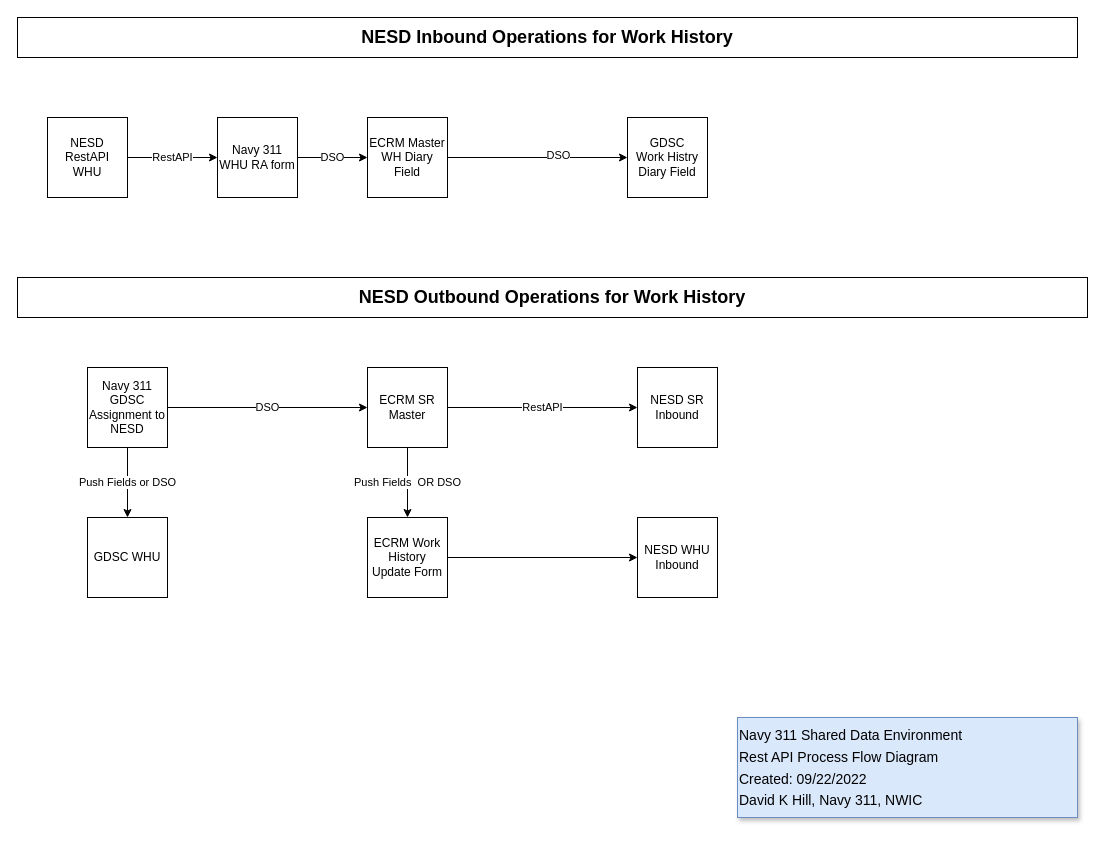
Earlier version of the draw.io diagram Untitled Diagram.drawio (dkhill/navy311). Source tidied: cells renumbered, new cells numbered last; positions are measured from the earlier drawing's top-left corner, leaving out a move shared by most shapes. Both pictures are drawn from the tidied source at 100%, with x=0, y=0 at pixel (17, 17).
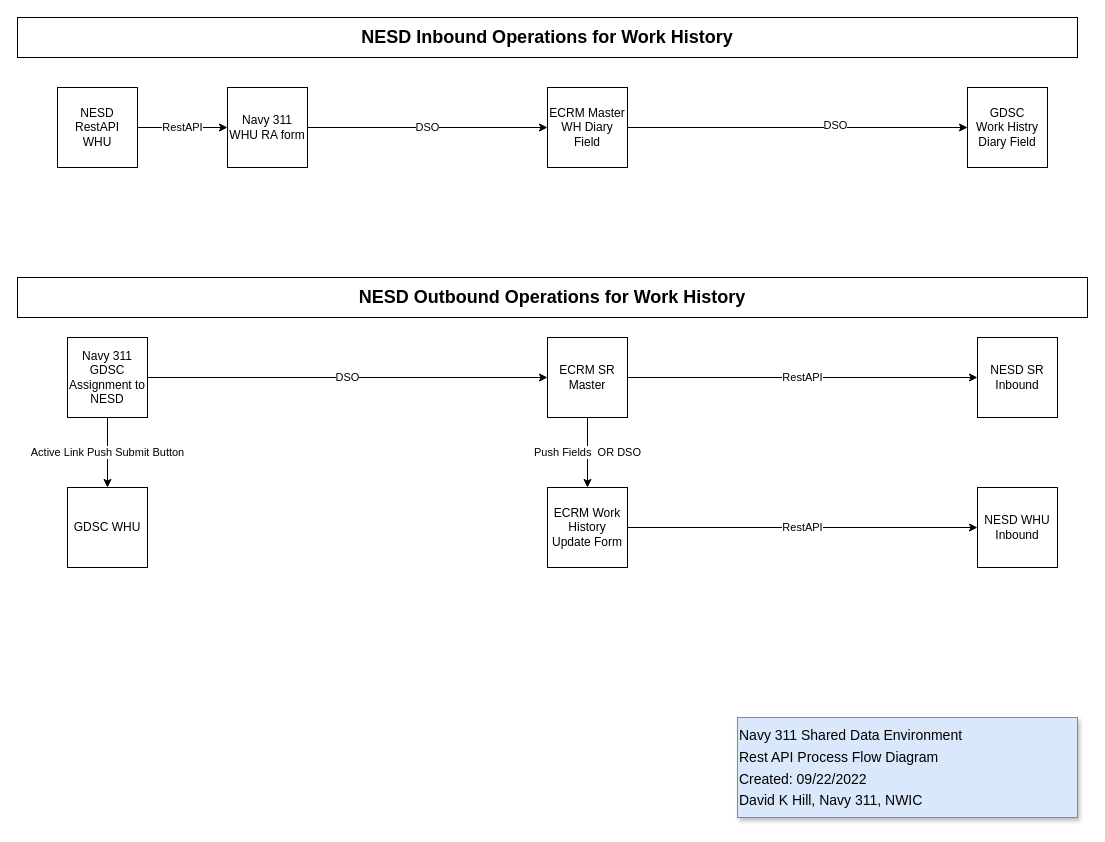
After the change.

What changed in the source:
```diff
@@
     <mxCell id="4" value="NESD RestAPI&lt;br&gt;WHU" style="whiteSpace=wrap;html=1;" parent="1" vertex="1">
-      <mxGeometry x="30" y="100" width="80" height="80" as="geometry" />
+      <mxGeometry x="40" y="70" width="80" height="80" as="geometry" />
     </mxCell>
@@
     <mxCell id="6" value="Navy 311&lt;br&gt;WHU RA form" style="whiteSpace=wrap;html=1;" parent="1" vertex="1">
-      <mxGeometry x="200" y="100" width="80" height="80" as="geometry" />
+      <mxGeometry x="210" y="70" width="80" height="80" as="geometry" />
     </mxCell>
@@
     <mxCell id="9" value="ECRM Master WH Diary&lt;br&gt;Field" style="whiteSpace=wrap;html=1;" parent="1" vertex="1">
-      <mxGeometry x="350" y="100" width="80" height="80" as="geometry" />
+      <mxGeometry x="530" y="70" width="80" height="80" as="geometry" />
     </mxCell>
@@
-    <mxCell id="12" value="Push Fields or DSO" style="edgeStyle=orthogonalEdgeStyle;rounded=0;jettySize=auto;html=1;" parent="1" edge="1" source="13" target="22">
+    <mxCell id="12" value="Active Link Push Submit Button" style="edgeStyle=orthogonalEdgeStyle;rounded=0;jettySize=auto;html=1;" parent="1" edge="1" source="13" target="22">
       <mxGeometry relative="1" as="geometry" />
     </mxCell>
     <mxCell id="13" value="Navy 311&lt;br&gt;GDSC&lt;br&gt;Assignment to NESD" style="whiteSpace=wrap;html=1;" parent="1" vertex="1">
-      <mxGeometry x="70" y="350" width="80" height="80" as="geometry" />
+      <mxGeometry x="50" y="320" width="80" height="80" as="geometry" />
     </mxCell>
     <mxCell id="14" value="GDSC&lt;br&gt;Work Histry&lt;br&gt;Diary Field" style="whiteSpace=wrap;html=1;" parent="1" vertex="1">
-      <mxGeometry x="610" y="100" width="80" height="80" as="geometry" />
+      <mxGeometry x="950" y="70" width="80" height="80" as="geometry" />
     </mxCell>
@@
     <mxCell id="17" value="ECRM SR Master" style="whiteSpace=wrap;html=1;" parent="1" vertex="1">
-      <mxGeometry x="350" y="350" width="80" height="80" as="geometry" />
+      <mxGeometry x="530" y="320" width="80" height="80" as="geometry" />
     </mxCell>
     <mxCell id="18" value="NESD SR Inbound" style="whiteSpace=wrap;html=1;" parent="1" vertex="1">
-      <mxGeometry x="620" y="350" width="80" height="80" as="geometry" />
+      <mxGeometry x="960" y="320" width="80" height="80" as="geometry" />
     </mxCell>
-    <mxCell id="19" style="edgeStyle=orthogonalEdgeStyle;rounded=0;jettySize=auto;html=1;" parent="1" edge="1" source="20" target="21">
+    <mxCell id="19" value="RestAPI" style="edgeStyle=orthogonalEdgeStyle;rounded=0;jettySize=auto;html=1;" parent="1" edge="1" source="20" target="21">
       <mxGeometry relative="1" as="geometry" />
     </mxCell>
     <mxCell id="20" value="ECRM Work History Update Form" style="whiteSpace=wrap;html=1;" parent="1" vertex="1">
-      <mxGeometry x="350" y="500" width="80" height="80" as="geometry" />
+      <mxGeometry x="530" y="470" width="80" height="80" as="geometry" />
     </mxCell>
     <mxCell id="21" value="NESD WHU Inbound" style="whiteSpace=wrap;html=1;" parent="1" vertex="1">
-      <mxGeometry x="620" y="500" width="80" height="80" as="geometry" />
+      <mxGeometry x="960" y="470" width="80" height="80" as="geometry" />
     </mxCell>
     <mxCell id="22" value="GDSC WHU" style="whiteSpace=wrap;html=1;" parent="1" vertex="1">
-      <mxGeometry x="70" y="500" width="80" height="80" as="geometry" />
+      <mxGeometry x="50" y="470" width="80" height="80" as="geometry" />
     </mxCell>
```
